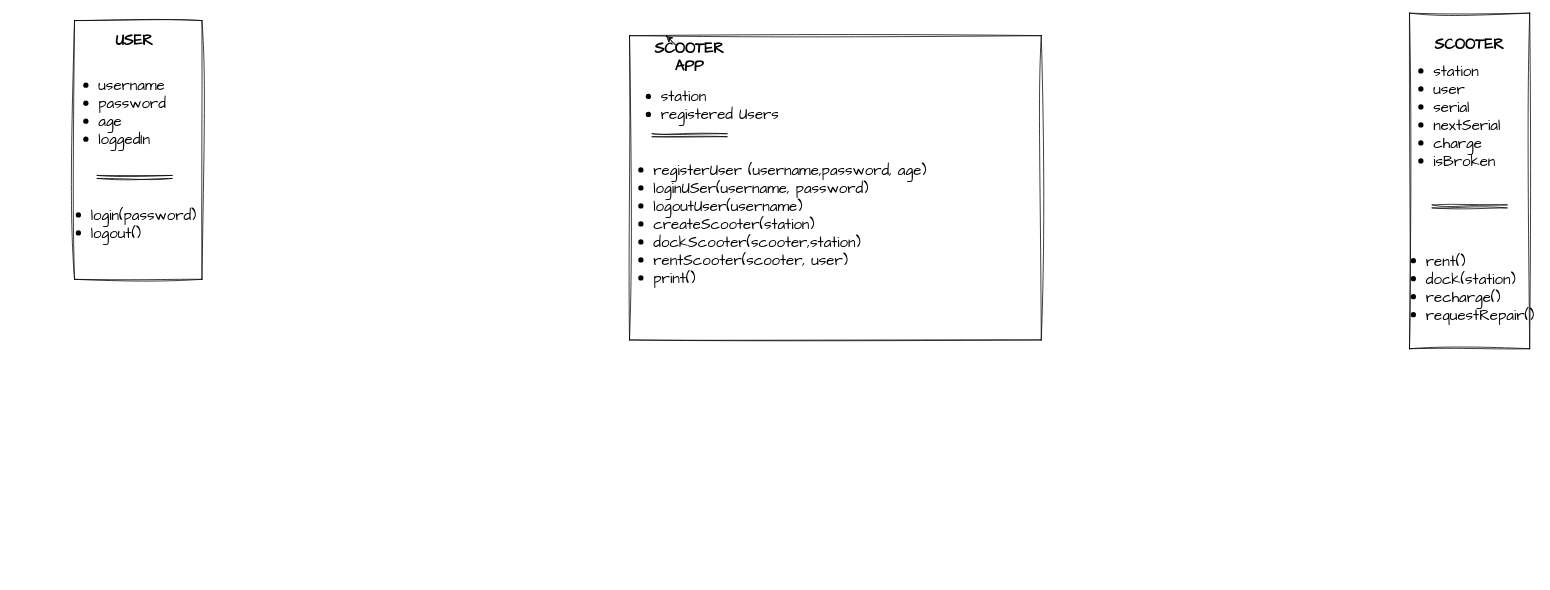
Above: scooter.drawio in mohammadhussain3/scooter-project (draw.io), before the change. Source tidied: cells renumbered, new cells numbered last; positions are measured from the earlier drawing's top-left corner, leaving out a move shared by most shapes. Both pictures are drawn from the tidied source at 75%, with x=0, y=0 at pixel (8, -19).
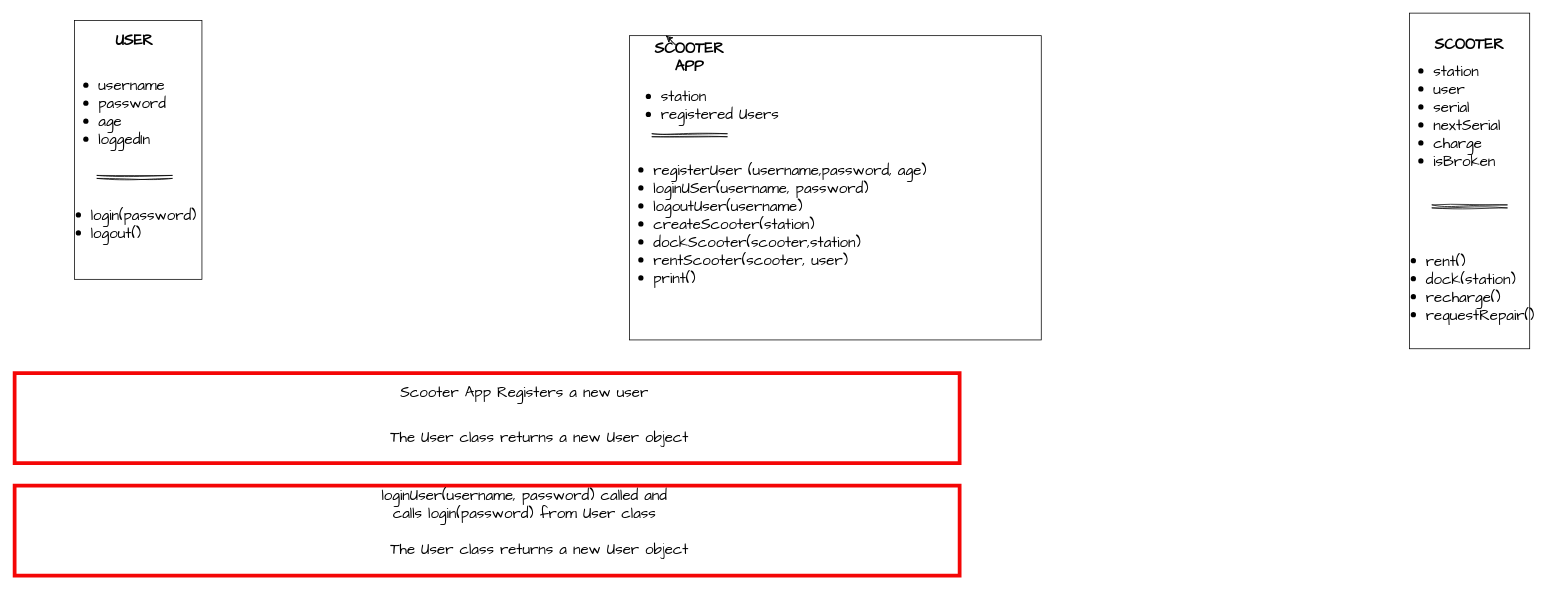
The same diagram, later.

Unchanged cells that the change refers to:
```xml
<mxCell id="2" style="group;" parent="1" vertex="1">
  <mxGeometry x="1848" y="42" width="190" height="447.5" as="geometry" />
</mxCell>
<mxCell id="8" style="group;" parent="1" vertex="1">
  <mxGeometry x="68" y="52" width="190" height="345" as="geometry" />
</mxCell>
<mxCell id="14" style="group;" parent="1" vertex="1">
  <mxGeometry x="818" y="72" width="558.8" height="405.7" as="geometry" />
</mxCell>
```

Diff of the diagram source:
```diff
@@
-    <mxCell id="3" style="whiteSpace=wrap;html=1;sketch=1;hachureGap=4;jiggle=2;curveFitting=1;fontFamily=Architects Daughter;fontSize=20;rotation=90;" parent="2" vertex="1">
+    <mxCell id="3" style="whiteSpace=wrap;html=1;hachureGap=4;fontFamily=Architects Daughter;fontSize=20;rotation=90;" parent="2" vertex="1">
       <mxGeometry x="-123.8" y="143.6" width="447.5" height="160.3" as="geometry" />
     </mxCell>
@@
-    <mxCell id="9" style="whiteSpace=wrap;html=1;sketch=1;hachureGap=4;jiggle=2;curveFitting=1;fontFamily=Architects Daughter;fontSize=20;rotation=90;" parent="8" vertex="1">
+    <mxCell id="9" style="whiteSpace=wrap;html=1;hachureGap=4;fontFamily=Architects Daughter;fontSize=20;rotation=90;" parent="8" vertex="1">
       <mxGeometry x="-67.7" y="87.5" width="345" height="169.9" as="geometry" />
     </mxCell>
@@
-    <mxCell id="15" style="whiteSpace=wrap;html=1;sketch=1;hachureGap=4;jiggle=2;curveFitting=1;fontFamily=Architects Daughter;fontSize=20;rotation=90;" parent="14" vertex="1">
+    <mxCell id="15" style="whiteSpace=wrap;html=1;hachureGap=4;fontFamily=Architects Daughter;fontSize=20;rotation=90;" parent="14" vertex="1">
       <mxGeometry x="81.5" y="-71.6" width="405.7" height="549" as="geometry" />
     </mxCell>
@@
+    <mxCell id="21" style="group;" parent="1" vertex="1">
+      <mxGeometry x="8" y="522" width="1260" height="120" as="geometry" />
+    </mxCell>
+    <mxCell id="22" style="rounded=0;whiteSpace=wrap;html=1;hachureGap=4;strokeColor=#f40606;strokeWidth=5;fontFamily=Architects Daughter;fontSize=20;" parent="21" vertex="1">
+      <mxGeometry width="1260" height="120" as="geometry" />
+    </mxCell>
+    <mxCell id="23" value="Scooter App Registers a new user" style="text;strokeColor=none;align=center;fillColor=none;html=1;verticalAlign=middle;whiteSpace=wrap;rounded=0;sketch=0;hachureGap=4;jiggle=2;curveFitting=1;strokeWidth=5;fontFamily=Architects Daughter;fontSize=20;" parent="21" vertex="1">
+      <mxGeometry x="470" y="10" width="420" height="30" as="geometry" />
+    </mxCell>
+    <mxCell id="24" value="The User class returns a new User object" style="text;strokeColor=none;align=center;fillColor=none;html=1;verticalAlign=middle;whiteSpace=wrap;rounded=0;sketch=0;hachureGap=4;jiggle=2;curveFitting=1;strokeWidth=5;fontFamily=Architects Daughter;fontSize=20;" parent="21" vertex="1">
+      <mxGeometry x="480" y="70" width="440" height="30" as="geometry" />
+    </mxCell>
+    <mxCell id="25" style="group;" parent="1" vertex="1">
+      <mxGeometry x="8" y="672" width="1260" height="120" as="geometry" />
+    </mxCell>
+    <mxCell id="26" style="rounded=0;whiteSpace=wrap;html=1;hachureGap=4;strokeColor=#f40606;strokeWidth=5;fontFamily=Architects Daughter;fontSize=20;" parent="25" vertex="1">
+      <mxGeometry width="1260" height="120" as="geometry" />
+    </mxCell>
+    <mxCell id="27" value="loginUser(username, password) called and calls login(password) from User class" style="text;strokeColor=none;align=center;fillColor=none;html=1;verticalAlign=middle;whiteSpace=wrap;rounded=0;sketch=0;hachureGap=4;jiggle=2;curveFitting=1;strokeWidth=5;fontFamily=Architects Daughter;fontSize=20;" parent="25" vertex="1">
+      <mxGeometry x="470" y="10" width="420" height="30" as="geometry" />
+    </mxCell>
+    <mxCell id="28" value="The User class returns a new User object" style="text;strokeColor=none;align=center;fillColor=none;html=1;verticalAlign=middle;whiteSpace=wrap;rounded=0;sketch=0;hachureGap=4;jiggle=2;curveFitting=1;strokeWidth=5;fontFamily=Architects Daughter;fontSize=20;" parent="25" vertex="1">
+      <mxGeometry x="480" y="70" width="440" height="30" as="geometry" />
+    </mxCell>
```
